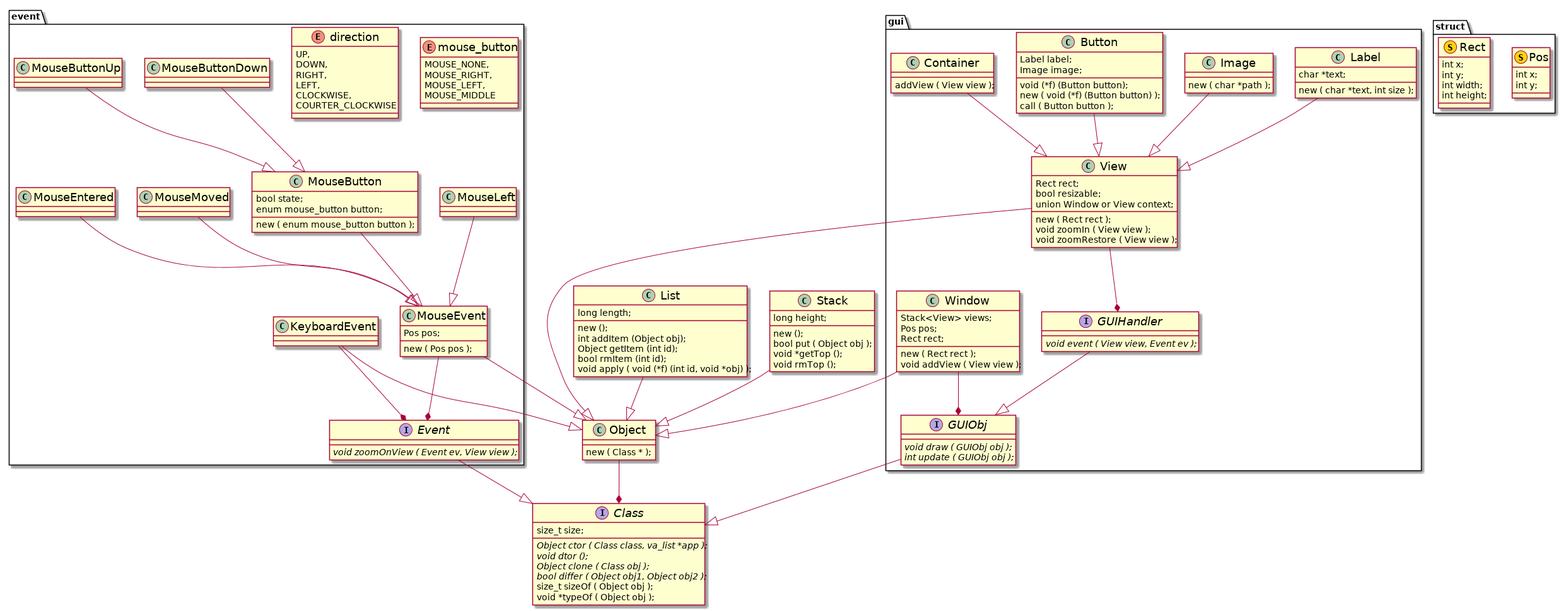
This is docs/classes.png from binary-b/c-tetris, a PlantUML export, as it was before one commit.
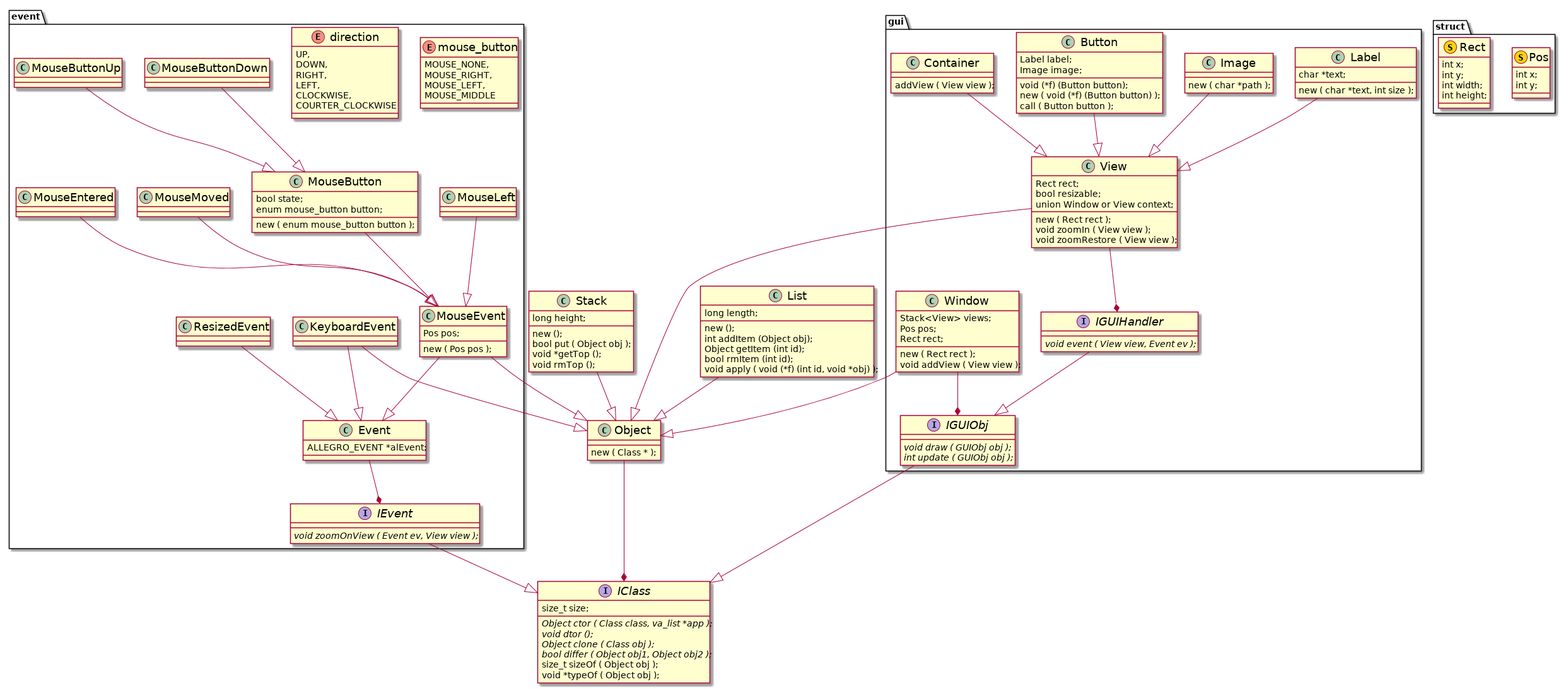
The same file after the commit.

Change to the diagram source:
```diff
@@ -17,7 +17,7 @@
 	}
 }
 
-interface Class {
+interface IClass {
 	size_t size;
 	{abstract} Object ctor ( Class class, va_list *app );
 	{abstract} void dtor ();
@@ -61,8 +61,13 @@
 		CLOCKWISE,
 		COURTER_CLOCKWISE
 	}
-	interface Event {
+	interface IEvent {
 		{abstract} void zoomOnView ( Event ev, View view );
+	}
+	class Event {
+		ALLEGRO_EVENT *alEvent;
+	}
+	class ResizedEvent {
 	}
 	class MouseEvent {
 		Pos pos;
@@ -87,11 +92,11 @@
 	}
 }
 package gui {
-	interface GUIObj {
+	interface IGUIObj {
 		{abstract} void draw ( GUIObj obj );
 		{abstract} int update ( GUIObj obj );
 	}
-	interface GUIHandler {
+	interface IGUIHandler {
 		{abstract} void event ( View view, Event ev );
 	}
 	class Window {
@@ -128,17 +133,19 @@
 	}
 }
 
-Object --* Class
+Object --* IClass
 
 List --|> Object
 Stack --|> Object
 
-GUIObj --|> Class
-GUIHandler --|> GUIObj
+IGUIObj --|> IClass
+IGUIHandler --|> IGUIObj
 
-Event --|> Class
-MouseEvent --* Event
-KeyboardEvent --* Event
+IEvent --|> IClass
+Event --* IEvent
+ResizedEvent --|> Event
+MouseEvent --|> Event
+KeyboardEvent --|> Event
 MouseEvent --|> Object
 KeyboardEvent --|> Object
 
@@ -149,9 +156,9 @@
 MouseButtonDown --|>MouseButton
 MouseButtonUp --|>MouseButton
 
-Window --* GUIObj
+Window --* IGUIObj
 Window --|> Object
-View --* GUIHandler
+View --* IGUIHandler
 View --|> Object
 
 Container	--|> View
```
